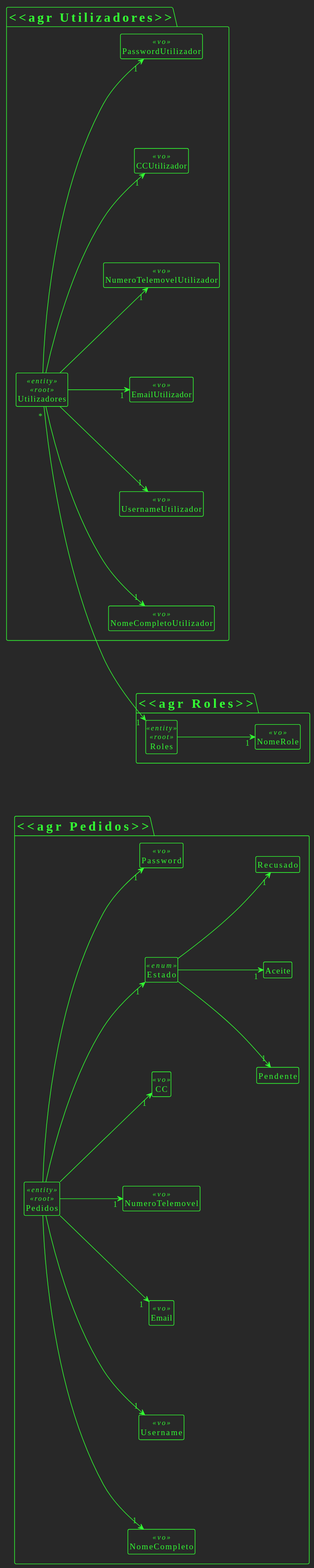
Earlier version of the PlantUML export authentication/DM.svg (SlimJesus25/SEM5_PI).
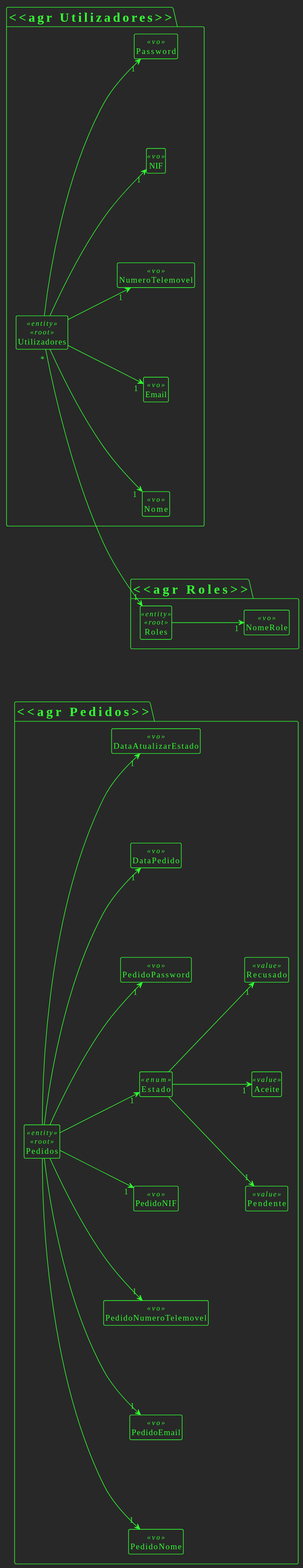
The same diagram one commit later.

Commit message:
Atualizar modelo dominio módulo A&A

Diff of the diagram source:
```diff
@@ -11,48 +11,45 @@
 package "<<agr Pedidos>>" {
     class Pedidos <<entity>> <<root>> {}
 
-    class NomeCompleto <<vo>> {}
-    class Username <<vo>> {}
-    class Email <<vo>> {}
-    class NumeroTelemovel <<vo>> {}
-    class CC <<vo>> {}
-
+    class PedidoNome <<vo>> {}
+    class PedidoEmail <<vo>> {}
+    class PedidoNumeroTelemovel <<vo>> {}
+    class PedidoNIF <<vo>> {}
     enum Estado <<enum>> {
     }
+    class Pendente <<value>>{}
+    class Aceite<<value>> {}
+    class Recusado <<value>>{}
+    class PedidoPassword <<vo>> {}
+    class DataPedido <<vo>> {}
+    class DataAtualizarEstado <<vo>> {}
 
-    class Pendente {}
-    class Aceite {}
-    class Recusado{}
-
-    class Password <<vo>> {}
-
-    Pedidos --> "1" NomeCompleto
-    Pedidos --> "1" Username
-    Pedidos --> "1" Email
-    Pedidos --> "1" NumeroTelemovel
-    Pedidos --> "1" CC
+    Pedidos --> "1" PedidoNome
+    Pedidos --> "1" PedidoEmail
+    Pedidos --> "1" PedidoNumeroTelemovel
+    Pedidos --> "1" PedidoNIF
+    Pedidos --> "1" DataPedido
+    Pedidos --> "1" DataAtualizarEstado
+    Pedidos --> "1" PedidoPassword
     Pedidos --> "1" Estado
     Estado --> "1" Pendente
     Estado --> "1" Aceite
     Estado --> "1" Recusado
-    Pedidos --> "1" Password
 }
 
 package "<<agr Utilizadores>>" {
     class Utilizadores<<entity>><<root>>{}
-    class NomeCompletoUtilizador<<vo>>{}
-    class UsernameUtilizador<<vo>>{}
-    class EmailUtilizador<<vo>>{}
-    class NumeroTelemovelUtilizador<<vo>>{}
-    class CCUtilizador<<vo>>{}
-    class PasswordUtilizador<<vo>>{}
+    class Nome<<vo>>{}
+    class Email<<vo>>{}
+    class NumeroTelemovel<<vo>>{}
+    class NIF<<vo>>{}
+    class Password<<vo>>{}
 
-    Utilizadores --> "1" UsernameUtilizador
-    Utilizadores --> "1" NomeCompletoUtilizador
-    Utilizadores --> "1" EmailUtilizador
-    Utilizadores --> "1" NumeroTelemovelUtilizador
-    Utilizadores --> "1" CCUtilizador
-    Utilizadores --> "1" PasswordUtilizador
+    Utilizadores --> "1" Nome
+    Utilizadores --> "1" Email
+    Utilizadores --> "1" NumeroTelemovel
+    Utilizadores --> "1" NIF
+    Utilizadores --> "1" Password
 }
 
 package "<<agr Roles>>" {
```
